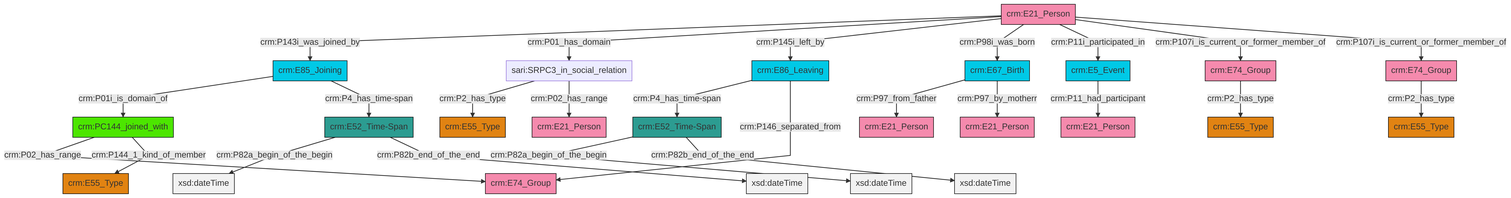
The Mermaid diagram et/personCSV/ttl/mmd/png/Person_Actor_Relations.png in swiss-art-research-net/reference-data-models, before a commit. Its source is kept beside it as et/personCSV/ttl/mmd/Person_Actor_Relations.ttl.mmd.
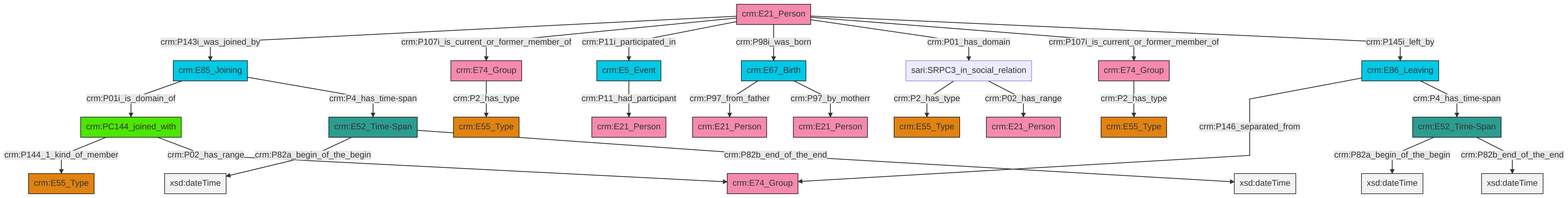
The same file after the commit.

What changed in the source:
```diff
@@ -13,27 +13,27 @@
 classDef PC_Classes fill:#4ce600, stroke:#000000;
 classDef Multi fill:#cccccc,stroke:#000000;
 
-6["crm:E85_Joining"]:::Temporal_Entity -->|crm:P01i_is_domain_of| 7["crm:PC144_joined_with"]:::PC_Classes
-4["crm:E21_Person"]:::Actor -->|crm:P143i_was_joined_by| 6["crm:E85_Joining"]:::Temporal_Entity
-0["crm:E52_Time-Span"]:::Time-Span -->|crm:P82a_begin_of_the_begin| 8[xsd:dateTime]:::Literal
-13["crm:E86_Leaving"]:::Temporal_Entity -->|crm:P4_has_time-span| 14["crm:E52_Time-Span"]:::Time-Span
-7["crm:PC144_joined_with"]:::PC_Classes -->|crm:P02_has_range| 21["crm:E74_Group"]:::Actor
-22["sari:SRPC3_in_social_relation"]:::Default -->|crm:P2_has_type| 24["crm:E55_Type"]:::Type
-13["crm:E86_Leaving"]:::Temporal_Entity -->|crm:P146_separated_from| 21["crm:E74_Group"]:::Actor
-6["crm:E85_Joining"]:::Temporal_Entity -->|crm:P4_has_time-span| 0["crm:E52_Time-Span"]:::Time-Span
-7["crm:PC144_joined_with"]:::PC_Classes -->|crm:P144_1_kind_of_member| 26["crm:E55_Type"]:::Type
-4["crm:E21_Person"]:::Actor -->|crm:P01_has_domain| 22["sari:SRPC3_in_social_relation"]:::Default
-4["crm:E21_Person"]:::Actor -->|crm:P145i_left_by| 13["crm:E86_Leaving"]:::Temporal_Entity
-4["crm:E21_Person"]:::Actor -->|crm:P98i_was_born| 2["crm:E67_Birth"]:::Temporal_Entity
-36["crm:E74_Group"]:::Actor -->|crm:P2_has_type| 15["crm:E55_Type"]:::Type
-2["crm:E67_Birth"]:::Temporal_Entity -->|crm:P97_from_father| 29["crm:E21_Person"]:::Actor
-14["crm:E52_Time-Span"]:::Time-Span -->|crm:P82a_begin_of_the_begin| 41[xsd:dateTime]:::Literal
-0["crm:E52_Time-Span"]:::Time-Span -->|crm:P82b_end_of_the_end| 43[xsd:dateTime]:::Literal
-22["sari:SRPC3_in_social_relation"]:::Default -->|crm:P02_has_range| 19["crm:E21_Person"]:::Actor
-4["crm:E21_Person"]:::Actor -->|crm:P11i_participated_in| 33["crm:E5_Event"]:::Temporal_Entity
-33["crm:E5_Event"]:::Temporal_Entity -->|crm:P11_had_participant| 11["crm:E21_Person"]:::Actor
-4["crm:E21_Person"]:::Actor -->|crm:P107i_is_current_or_former_member_of| 36["crm:E74_Group"]:::Actor
-4["crm:E21_Person"]:::Actor -->|crm:P107i_is_current_or_former_member_of| 9["crm:E74_Group"]:::Actor
-2["crm:E67_Birth"]:::Temporal_Entity -->|crm:P97_by_motherr| 17["crm:E21_Person"]:::Actor
-14["crm:E52_Time-Span"]:::Time-Span -->|crm:P82b_end_of_the_end| 46[xsd:dateTime]:::Literal
-9["crm:E74_Group"]:::Actor -->|crm:P2_has_type| 38["crm:E55_Type"]:::Type
+0["crm:E74_Group"]:::Actor -->|crm:P2_has_type| 1["crm:E55_Type"]:::Type
+4["crm:E21_Person"]:::Actor -->|crm:P143i_was_joined_by| 5["crm:E85_Joining"]:::Temporal_Entity
+4["crm:E21_Person"]:::Actor -->|crm:P107i_is_current_or_former_member_of| 0["crm:E74_Group"]:::Actor
+19["crm:E86_Leaving"]:::Temporal_Entity -->|crm:P146_separated_from| 20["crm:E74_Group"]:::Actor
+4["crm:E21_Person"]:::Actor -->|crm:P11i_participated_in| 22["crm:E5_Event"]:::Temporal_Entity
+4["crm:E21_Person"]:::Actor -->|crm:P98i_was_born| 23["crm:E67_Birth"]:::Temporal_Entity
+23["crm:E67_Birth"]:::Temporal_Entity -->|crm:P97_from_father| 11["crm:E21_Person"]:::Actor
+26["sari:SRPC3_in_social_relation"]:::Default -->|crm:P2_has_type| 17["crm:E55_Type"]:::Type
+24["crm:E52_Time-Span"]:::Time-Span -->|crm:P82a_begin_of_the_begin| 28[xsd:dateTime]:::Literal
+19["crm:E86_Leaving"]:::Temporal_Entity -->|crm:P4_has_time-span| 15["crm:E52_Time-Span"]:::Time-Span
+26["sari:SRPC3_in_social_relation"]:::Default -->|crm:P02_has_range| 34["crm:E21_Person"]:::Actor
+4["crm:E21_Person"]:::Actor -->|crm:P01_has_domain| 26["sari:SRPC3_in_social_relation"]:::Default
+22["crm:E5_Event"]:::Temporal_Entity -->|crm:P11_had_participant| 6["crm:E21_Person"]:::Actor
+13["crm:E74_Group"]:::Actor -->|crm:P2_has_type| 31["crm:E55_Type"]:::Type
+5["crm:E85_Joining"]:::Temporal_Entity -->|crm:P01i_is_domain_of| 9["crm:PC144_joined_with"]:::PC_Classes
+9["crm:PC144_joined_with"]:::PC_Classes -->|crm:P144_1_kind_of_member| 37["crm:E55_Type"]:::Type
+9["crm:PC144_joined_with"]:::PC_Classes -->|crm:P02_has_range| 20["crm:E74_Group"]:::Actor
+23["crm:E67_Birth"]:::Temporal_Entity -->|crm:P97_by_motherr| 2["crm:E21_Person"]:::Actor
+24["crm:E52_Time-Span"]:::Time-Span -->|crm:P82b_end_of_the_end| 39[xsd:dateTime]:::Literal
+15["crm:E52_Time-Span"]:::Time-Span -->|crm:P82a_begin_of_the_begin| 42[xsd:dateTime]:::Literal
+15["crm:E52_Time-Span"]:::Time-Span -->|crm:P82b_end_of_the_end| 43[xsd:dateTime]:::Literal
+4["crm:E21_Person"]:::Actor -->|crm:P107i_is_current_or_former_member_of| 13["crm:E74_Group"]:::Actor
+5["crm:E85_Joining"]:::Temporal_Entity -->|crm:P4_has_time-span| 24["crm:E52_Time-Span"]:::Time-Span
+4["crm:E21_Person"]:::Actor -->|crm:P145i_left_by| 19["crm:E86_Leaving"]:::Temporal_Entity
```
